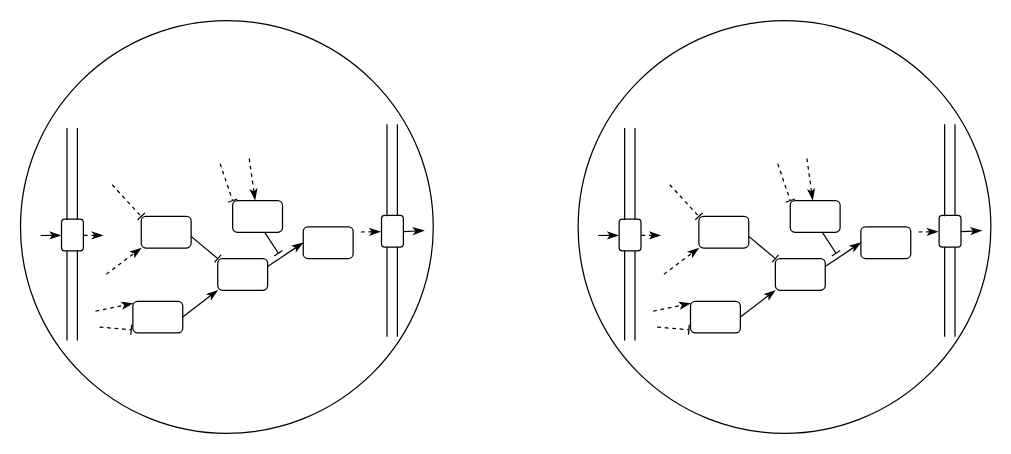
The draw.io diagram docs/c2c-sepia-draw2.drawio in josura/c2c-sepia, before the edit. Source tidied: cells renumbered, new cells numbered last; positions are measured from the earlier drawing's top-left corner, leaving out a move shared by most shapes. Both pictures are drawn from the tidied source at 125%, with x=0, y=0 at pixel (20, 20).
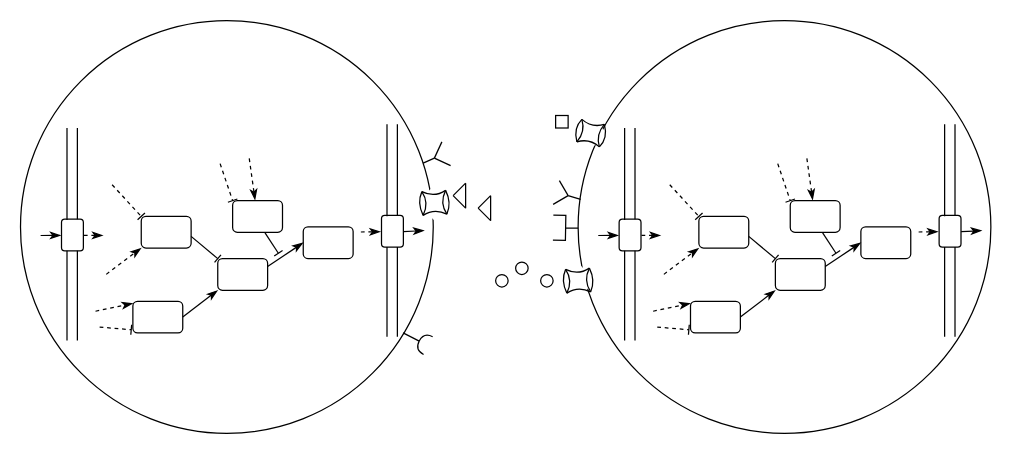
After the change.

Unchanged cells that the change refers to:
```xml
<mxCell id="5" style="group;" parent="2" vertex="1">
  <mxGeometry x="43.9" y="24.3" width="270.2" height="220" as="geometry" />
</mxCell>
<mxCell id="37" style="group;" parent="34" vertex="1">
  <mxGeometry x="43.9" y="24.3" width="270.2" height="220" as="geometry" />
</mxCell>
```

Change to the diagram source:
```diff
@@
+    <mxCell id="66" style="endArrow=halfCircle;html=1;rounded=0;endFill=0;arcSize=59;startFill=0;" parent="5" edge="1">
+      <mxGeometry relative="1" as="geometry">
+        <mxPoint x="246.1" y="139.6" as="sourcePoint" />
+        <mxPoint x="266.1" y="149.8" as="targetPoint" />
+      </mxGeometry>
+    </mxCell>
@@
+    <mxCell id="67" style="group;fillColor=default;rotation=60;" parent="37" vertex="1">
+      <mxGeometry x="-60" y="-30.2" width="20" height="20" as="geometry" />
+    </mxCell>
+    <mxCell id="68" style="endArrow=none;html=1;rounded=0;curved=1;" parent="67" edge="1">
+      <mxGeometry relative="1" as="geometry">
+        <mxPoint x="-1" y="17" as="sourcePoint" />
+        <mxPoint x="17" y="21" as="targetPoint" />
+        <Array as="points">
+          <mxPoint x="9" y="14" />
+        </Array>
+      </mxGeometry>
+    </mxCell>
+    <mxCell id="69" style="endArrow=none;html=1;rounded=0;curved=1;" parent="67" edge="1">
+      <mxGeometry relative="1" as="geometry">
+        <mxPoint x="3" y="-1" as="sourcePoint" />
+        <mxPoint x="21" y="3" as="targetPoint" />
+        <Array as="points">
+          <mxPoint x="11" y="6" />
+        </Array>
+      </mxGeometry>
+    </mxCell>
+    <mxCell id="70" style="endArrow=none;html=1;rounded=0;curved=1;" parent="67" edge="1">
+      <mxGeometry relative="1" as="geometry">
+        <mxPoint x="3" y="-1" as="sourcePoint" />
+        <mxPoint x="-1" y="17" as="targetPoint" />
+        <Array as="points">
+          <mxPoint x="6" y="9" />
+        </Array>
+      </mxGeometry>
+    </mxCell>
+    <mxCell id="71" style="endArrow=none;html=1;rounded=0;curved=1;" parent="67" edge="1">
+      <mxGeometry relative="1" as="geometry">
+        <mxPoint x="3" y="-1" as="sourcePoint" />
+        <mxPoint x="-1" y="17" as="targetPoint" />
+        <Array as="points">
+          <mxPoint x="-4" y="6" />
+        </Array>
+      </mxGeometry>
+    </mxCell>
+    <mxCell id="72" style="endArrow=none;html=1;rounded=0;curved=1;" parent="67" edge="1">
+      <mxGeometry relative="1" as="geometry">
+        <mxPoint x="21" y="3" as="sourcePoint" />
+        <mxPoint x="17" y="21" as="targetPoint" />
+        <Array as="points">
+          <mxPoint x="24" y="14" />
+        </Array>
+      </mxGeometry>
+    </mxCell>
+    <mxCell id="73" style="endArrow=none;html=1;rounded=0;curved=1;" parent="67" edge="1">
+      <mxGeometry relative="1" as="geometry">
+        <mxPoint x="21" y="3" as="sourcePoint" />
+        <mxPoint x="17" y="21" as="targetPoint" />
+        <Array as="points">
+          <mxPoint x="14" y="11" />
+        </Array>
+      </mxGeometry>
+    </mxCell>
@@
+    <mxCell id="74" style="group;rotation=-21;" parent="1" vertex="1">
+      <mxGeometry x="321" y="100" width="20" height="20" as="geometry" />
+    </mxCell>
+    <mxCell id="75" style="endArrow=none;html=1;rounded=0;" parent="74" edge="1">
+      <mxGeometry relative="1" as="geometry">
+        <mxPoint x="1" y="14" as="sourcePoint" />
+        <mxPoint x="10" y="10" as="targetPoint" />
+      </mxGeometry>
+    </mxCell>
+    <mxCell id="76" style="endArrow=none;html=1;rounded=0;" parent="74" edge="1">
+      <mxGeometry relative="1" as="geometry">
+        <mxPoint x="10" y="10" as="sourcePoint" />
+        <mxPoint x="23" y="16" as="targetPoint" />
+      </mxGeometry>
+    </mxCell>
+    <mxCell id="77" style="endArrow=none;html=1;rounded=0;" parent="74" edge="1">
+      <mxGeometry relative="1" as="geometry">
+        <mxPoint x="10" y="10" as="sourcePoint" />
+        <mxPoint x="16" y="-3" as="targetPoint" />
+      </mxGeometry>
+    </mxCell>
+    <mxCell id="78" style="group;fillColor=default;rotation=45;" parent="1" vertex="1">
+      <mxGeometry x="321" y="135.8" width="20" height="20" as="geometry" />
+    </mxCell>
+    <mxCell id="79" style="endArrow=none;html=1;rounded=0;curved=1;" parent="78" edge="1">
+      <mxGeometry relative="1" as="geometry">
+        <mxPoint x="1" y="20" as="sourcePoint" />
+        <mxPoint x="20" y="19" as="targetPoint" />
+        <Array as="points">
+          <mxPoint x="10" y="14" />
+        </Array>
+      </mxGeometry>
+    </mxCell>
+    <mxCell id="80" style="endArrow=none;html=1;rounded=0;curved=1;" parent="78" edge="1">
+      <mxGeometry relative="1" as="geometry">
+        <mxPoint y="1" as="sourcePoint" />
+        <mxPoint x="19" as="targetPoint" />
+        <Array as="points">
+          <mxPoint x="10" y="6" />
+        </Array>
+      </mxGeometry>
+    </mxCell>
+    <mxCell id="81" style="endArrow=none;html=1;rounded=0;curved=1;" parent="78" edge="1">
+      <mxGeometry relative="1" as="geometry">
+        <mxPoint y="1" as="sourcePoint" />
+        <mxPoint x="1" y="20" as="targetPoint" />
+        <Array as="points">
+          <mxPoint x="6" y="10" />
+        </Array>
+      </mxGeometry>
+    </mxCell>
+    <mxCell id="82" style="endArrow=none;html=1;rounded=0;curved=1;" parent="78" edge="1">
+      <mxGeometry relative="1" as="geometry">
+        <mxPoint y="1" as="sourcePoint" />
+        <mxPoint x="1" y="20" as="targetPoint" />
+        <Array as="points">
+          <mxPoint x="-4" y="10" />
+        </Array>
+      </mxGeometry>
+    </mxCell>
+    <mxCell id="83" style="endArrow=none;html=1;rounded=0;curved=1;" parent="78" edge="1">
+      <mxGeometry relative="1" as="geometry">
+        <mxPoint x="19" as="sourcePoint" />
+        <mxPoint x="20" y="19" as="targetPoint" />
+        <Array as="points">
+          <mxPoint x="24" y="10" />
+        </Array>
+      </mxGeometry>
+    </mxCell>
+    <mxCell id="84" style="endArrow=none;html=1;rounded=0;curved=1;" parent="78" edge="1">
+      <mxGeometry relative="1" as="geometry">
+        <mxPoint x="19" as="sourcePoint" />
+        <mxPoint x="20" y="19" as="targetPoint" />
+        <Array as="points">
+          <mxPoint x="14" y="10" />
+        </Array>
+      </mxGeometry>
+    </mxCell>
+    <mxCell id="85" style="group;fillColor=default;rotation=45;" parent="1" vertex="1">
+      <mxGeometry x="436" y="198" width="20" height="20" as="geometry" />
+    </mxCell>
+    <mxCell id="86" style="endArrow=none;html=1;rounded=0;curved=1;" parent="85" edge="1">
+      <mxGeometry relative="1" as="geometry">
+        <mxPoint x="1" y="20" as="sourcePoint" />
+        <mxPoint x="20" y="19" as="targetPoint" />
+        <Array as="points">
+          <mxPoint x="10" y="14" />
+        </Array>
+      </mxGeometry>
+    </mxCell>
+    <mxCell id="87" style="endArrow=none;html=1;rounded=0;curved=1;" parent="85" edge="1">
+      <mxGeometry relative="1" as="geometry">
+        <mxPoint y="1" as="sourcePoint" />
+        <mxPoint x="19" as="targetPoint" />
+        <Array as="points">
+          <mxPoint x="10" y="6" />
+        </Array>
+      </mxGeometry>
+    </mxCell>
+    <mxCell id="88" style="endArrow=none;html=1;rounded=0;curved=1;" parent="85" edge="1">
+      <mxGeometry relative="1" as="geometry">
+        <mxPoint y="1" as="sourcePoint" />
+        <mxPoint x="1" y="20" as="targetPoint" />
+        <Array as="points">
+          <mxPoint x="6" y="10" />
+        </Array>
+      </mxGeometry>
+    </mxCell>
+    <mxCell id="89" style="endArrow=none;html=1;rounded=0;curved=1;" parent="85" edge="1">
+      <mxGeometry relative="1" as="geometry">
+        <mxPoint y="1" as="sourcePoint" />
+        <mxPoint x="1" y="20" as="targetPoint" />
+        <Array as="points">
+          <mxPoint x="-4" y="10" />
+        </Array>
+      </mxGeometry>
+    </mxCell>
+    <mxCell id="90" style="endArrow=none;html=1;rounded=0;curved=1;" parent="85" edge="1">
+      <mxGeometry relative="1" as="geometry">
+        <mxPoint x="19" as="sourcePoint" />
+        <mxPoint x="20" y="19" as="targetPoint" />
+        <Array as="points">
+          <mxPoint x="24" y="10" />
+        </Array>
+      </mxGeometry>
+    </mxCell>
+    <mxCell id="91" style="endArrow=none;html=1;rounded=0;curved=1;" parent="85" edge="1">
+      <mxGeometry relative="1" as="geometry">
+        <mxPoint x="19" as="sourcePoint" />
+        <mxPoint x="20" y="19" as="targetPoint" />
+        <Array as="points">
+          <mxPoint x="14" y="10" />
+        </Array>
+      </mxGeometry>
+    </mxCell>
+    <mxCell id="92" style="ellipse;whiteSpace=wrap;html=1;" parent="1" vertex="1">
+      <mxGeometry x="416" y="203.1" width="10" height="10" as="geometry" />
+    </mxCell>
+    <mxCell id="93" style="group;" parent="1" vertex="1">
+      <mxGeometry x="346" y="130" width="10" height="20" as="geometry" />
+    </mxCell>
+    <mxCell id="94" style="endArrow=none;html=1;rounded=0;" parent="93" edge="1">
+      <mxGeometry relative="1" as="geometry">
+        <mxPoint y="10" as="sourcePoint" />
+        <mxPoint x="10" y="20" as="targetPoint" />
+      </mxGeometry>
+    </mxCell>
+    <mxCell id="95" style="endArrow=none;html=1;rounded=0;" parent="93" edge="1">
+      <mxGeometry relative="1" as="geometry">
+        <mxPoint y="10" as="sourcePoint" />
+        <mxPoint x="10" as="targetPoint" />
+      </mxGeometry>
+    </mxCell>
+    <mxCell id="96" style="endArrow=none;html=1;rounded=0;" parent="93" edge="1">
+      <mxGeometry relative="1" as="geometry">
+        <mxPoint x="10" y="20" as="sourcePoint" />
+        <mxPoint x="10" as="targetPoint" />
+      </mxGeometry>
+    </mxCell>
+    <mxCell id="97" style="group;rotation=-165;" parent="1" vertex="1">
+      <mxGeometry x="428" y="130" width="20" height="20" as="geometry" />
+    </mxCell>
+    <mxCell id="98" style="endArrow=none;html=1;rounded=0;" parent="97" edge="1">
+      <mxGeometry relative="1" as="geometry">
+        <mxPoint x="20" y="13" as="sourcePoint" />
+        <mxPoint x="10" y="10" as="targetPoint" />
+      </mxGeometry>
+    </mxCell>
+    <mxCell id="99" style="endArrow=none;html=1;rounded=0;" parent="97" edge="1">
+      <mxGeometry relative="1" as="geometry">
+        <mxPoint x="10" y="10" as="sourcePoint" />
+        <mxPoint x="3" y="-2" as="targetPoint" />
+      </mxGeometry>
+    </mxCell>
+    <mxCell id="100" style="endArrow=none;html=1;rounded=0;" parent="97" edge="1">
+      <mxGeometry relative="1" as="geometry">
+        <mxPoint x="10" y="10" as="sourcePoint" />
+        <mxPoint x="-2" y="17" as="targetPoint" />
+      </mxGeometry>
+    </mxCell>
+    <mxCell id="101" style="verticalLabelPosition=bottom;align=center;dashed=0;html=1;verticalAlign=top;shape=mxgraph.pid.piping.hose_connection;rotation=-179;" parent="1" vertex="1">
+      <mxGeometry x="426" y="155.8" width="20" height="20" as="geometry" />
+    </mxCell>
+    <mxCell id="102" style="whiteSpace=wrap;html=1;" parent="1" vertex="1">
+      <mxGeometry x="428" y="75.9" width="10" height="10" as="geometry" />
+    </mxCell>
+    <mxCell id="103" style="group;" parent="1" vertex="1">
+      <mxGeometry x="366" y="140" width="10" height="20" as="geometry" />
+    </mxCell>
+    <mxCell id="104" style="endArrow=none;html=1;rounded=0;" parent="103" edge="1">
+      <mxGeometry relative="1" as="geometry">
+        <mxPoint y="10" as="sourcePoint" />
+        <mxPoint x="10" y="20" as="targetPoint" />
+      </mxGeometry>
+    </mxCell>
+    <mxCell id="105" style="endArrow=none;html=1;rounded=0;" parent="103" edge="1">
+      <mxGeometry relative="1" as="geometry">
+        <mxPoint y="10" as="sourcePoint" />
+        <mxPoint x="10" as="targetPoint" />
+      </mxGeometry>
+    </mxCell>
+    <mxCell id="106" style="endArrow=none;html=1;rounded=0;" parent="103" edge="1">
+      <mxGeometry relative="1" as="geometry">
+        <mxPoint x="10" y="20" as="sourcePoint" />
+        <mxPoint x="10" as="targetPoint" />
+      </mxGeometry>
+    </mxCell>
+    <mxCell id="107" style="ellipse;whiteSpace=wrap;html=1;" parent="1" vertex="1">
+      <mxGeometry x="396" y="193.1" width="10" height="10" as="geometry" />
+    </mxCell>
+    <mxCell id="108" style="ellipse;whiteSpace=wrap;html=1;" parent="1" vertex="1">
+      <mxGeometry x="380" y="203.1" width="10" height="10" as="geometry" />
+    </mxCell>
```
